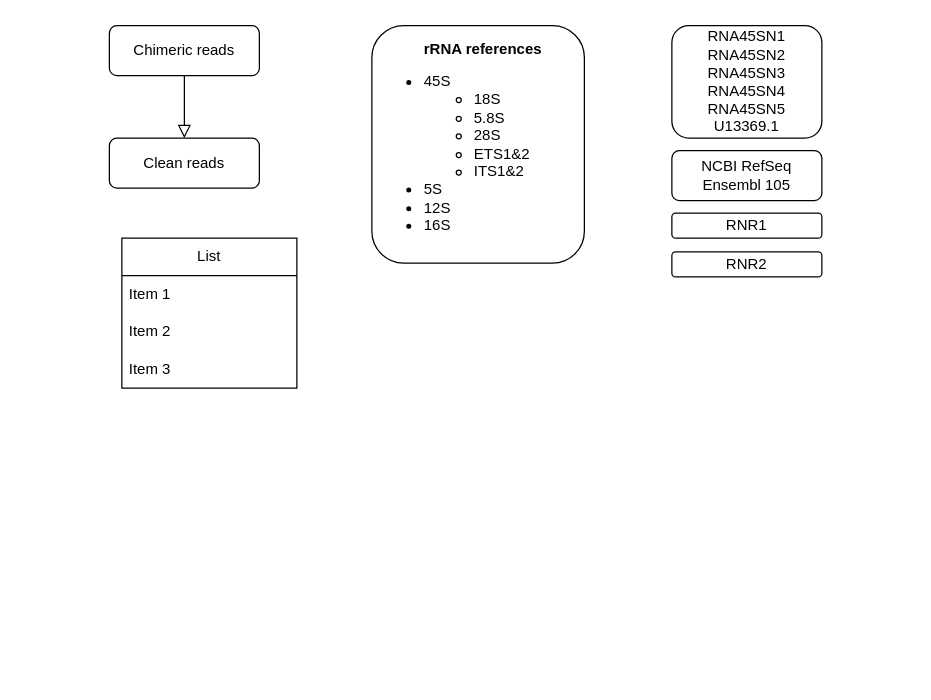
LingyuGuan/tarDB keeps this draw.io diagram as Untitled Diagram.drawio. Above is the earlier version. Source tidied: cells renumbered, new cells numbered last; positions are measured from the earlier drawing's top-left corner, leaving out a move shared by most shapes. Both pictures are drawn from the tidied source at 125%, with x=0, y=0 at pixel (109, 25).
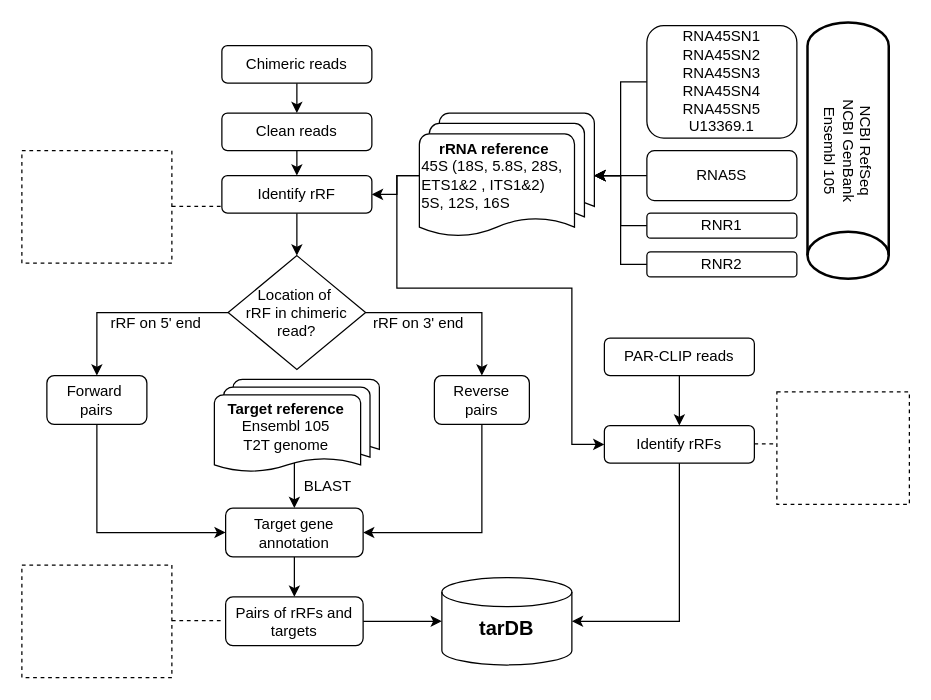
Above is the later version.

Diff of the diagram source:
```diff
@@
-    <mxCell id="2" style="rounded=0;html=1;jettySize=auto;fontSize=11;endArrow=block;endFill=0;endSize=8;strokeWidth=1;shadow=0;labelBackgroundColor=none;edgeStyle=orthogonalEdgeStyle;" parent="1" edge="1" source="3">
-      <mxGeometry relative="1" as="geometry">
-        <mxPoint x="60" y="90" as="targetPoint" />
-      </mxGeometry>
-    </mxCell>
+    <mxCell id="14" style="edgeStyle=orthogonalEdgeStyle;rounded=0;jettySize=auto;html=1;exitX=0.5;exitY=1;exitDx=0;exitDy=0;" parent="1" edge="1" source="3" target="4">
+      <mxGeometry relative="1" as="geometry" />
+    </mxCell>
     <mxCell id="3" value="Chimeric reads" style="rounded=1;whiteSpace=wrap;html=1;fontSize=12;glass=0;strokeWidth=1;shadow=0;" parent="1" vertex="1">
-      <mxGeometry width="120" height="40" as="geometry" />
+      <mxGeometry x="90" y="16" width="120" height="30" as="geometry" />
     </mxCell>
+    <mxCell id="15" style="edgeStyle=orthogonalEdgeStyle;rounded=0;jettySize=auto;html=1;exitX=0.5;exitY=1;exitDx=0;exitDy=0;entryX=0.5;entryY=0;entryDx=0;entryDy=0;" parent="1" edge="1" source="4" target="24">
+      <mxGeometry relative="1" as="geometry" />
+    </mxCell>
     <mxCell id="4" value="Clean reads" style="rounded=1;whiteSpace=wrap;html=1;fontSize=12;glass=0;strokeWidth=1;shadow=0;" parent="1" vertex="1">
-      <mxGeometry y="90" width="120" height="40" as="geometry" />
+      <mxGeometry x="90" y="70" width="120" height="30" as="geometry" />
     </mxCell>
+    <mxCell id="16" style="edgeStyle=orthogonalEdgeStyle;rounded=0;jettySize=auto;html=1;exitX=0;exitY=0.5;exitDx=0;exitDy=0;entryX=1;entryY=0.5;entryDx=0;entryDy=0;" parent="1" edge="1" source="5" target="9">
+      <mxGeometry relative="1" as="geometry" />
+    </mxCell>
     <mxCell id="5" value="RNA45SN1&lt;br&gt;&lt;div&gt;RNA45SN2&lt;br&gt;&lt;/div&gt;&lt;div&gt;RNA45SN3&lt;br&gt;&lt;/div&gt;&lt;div&gt;RNA45SN4&lt;br&gt;&lt;/div&gt;&lt;div&gt;RNA45SN5&lt;br&gt;&lt;/div&gt;&lt;div&gt;U13369.1&lt;/div&gt;" style="rounded=1;whiteSpace=wrap;html=1;" parent="1" vertex="1">
-      <mxGeometry x="450" width="120" height="90" as="geometry" />
+      <mxGeometry x="430" width="120" height="90" as="geometry" />
     </mxCell>
-    <mxCell id="6" value="NCBI RefSeq&lt;div&gt;Ensembl 105&lt;/div&gt;" style="rounded=1;whiteSpace=wrap;html=1;" parent="1" vertex="1">
-      <mxGeometry x="450" y="100" width="120" height="40" as="geometry" />
-    </mxCell>
+    <mxCell id="17" style="edgeStyle=orthogonalEdgeStyle;rounded=0;jettySize=auto;html=1;exitX=0;exitY=0.5;exitDx=0;exitDy=0;entryX=1;entryY=0.5;entryDx=0;entryDy=0;" parent="1" edge="1" source="7" target="9">
+      <mxGeometry relative="1" as="geometry" />
+    </mxCell>
     <mxCell id="7" value="RNR1" style="rounded=1;whiteSpace=wrap;html=1;" parent="1" vertex="1">
-      <mxGeometry x="450" y="150" width="120" height="20" as="geometry" />
+      <mxGeometry x="430" y="150" width="120" height="20" as="geometry" />
     </mxCell>
+    <mxCell id="18" style="edgeStyle=orthogonalEdgeStyle;rounded=0;jettySize=auto;html=1;exitX=0;exitY=0.5;exitDx=0;exitDy=0;entryX=1;entryY=0.5;entryDx=0;entryDy=0;" parent="1" edge="1" source="8" target="9">
+      <mxGeometry relative="1" as="geometry" />
+    </mxCell>
     <mxCell id="8" value="RNR2" style="rounded=1;whiteSpace=wrap;html=1;" parent="1" vertex="1">
-      <mxGeometry x="450" y="181" width="120" height="20" as="geometry" />
+      <mxGeometry x="430" y="181" width="120" height="20" as="geometry" />
     </mxCell>
+    <mxCell id="19" style="edgeStyle=orthogonalEdgeStyle;rounded=0;jettySize=auto;html=1;exitX=0;exitY=0.5;exitDx=0;exitDy=0;exitPerimeter=0;entryX=1;entryY=0.5;entryDx=0;entryDy=0;" parent="1" edge="1" source="9" target="24">
+      <mxGeometry relative="1" as="geometry">
+        <Array as="points">
+          <mxPoint x="230" y="120" />
+          <mxPoint x="230" y="135" />
+        </Array>
+      </mxGeometry>
+    </mxCell>
+    <mxCell id="20" style="edgeStyle=orthogonalEdgeStyle;rounded=0;jettySize=auto;html=1;exitX=0;exitY=0.5;exitDx=0;exitDy=0;exitPerimeter=0;entryX=0;entryY=0.5;entryDx=0;entryDy=0;" parent="1" edge="1" source="9" target="43">
+      <mxGeometry relative="1" as="geometry">
+        <Array as="points">
+          <mxPoint x="230" y="120" />
+          <mxPoint x="230" y="210" />
+          <mxPoint x="370" y="210" />
+          <mxPoint x="370" y="335" />
+        </Array>
+      </mxGeometry>
+    </mxCell>
-    <mxCell id="9" value="&lt;blockquote style=&quot;margin: 0 0 0 40px; border: none; padding: 0px;&quot;&gt;&lt;div style=&quot;text-align: center;&quot;&gt;&lt;b&gt;rRNA references&lt;/b&gt;&lt;br&gt;&lt;/div&gt;&lt;/blockquote&gt;&lt;div&gt;&lt;ul&gt;&lt;li&gt;45S&lt;br&gt;&lt;/li&gt;&lt;ul&gt;&lt;li&gt;18S&lt;/li&gt;&lt;li&gt;5.8S&lt;/li&gt;&lt;li&gt;28S&lt;/li&gt;&lt;li&gt;ETS1&amp;amp;2&lt;/li&gt;&lt;li&gt;ITS1&amp;amp;2&lt;/li&gt;&lt;/ul&gt;&lt;li&gt;5S&lt;br&gt;&lt;/li&gt;&lt;li&gt;12S&lt;br&gt;&lt;/li&gt;&lt;li&gt;16S&lt;br&gt;&lt;/li&gt;&lt;/ul&gt;&lt;/div&gt;" style="rounded=1;whiteSpace=wrap;html=1;align=left;" parent="1" vertex="1">
-      <mxGeometry x="210" width="170" height="190" as="geometry" />
+    <mxCell id="9" value="&lt;div style=&quot;text-align: center;&quot;&gt;&lt;b&gt;rRNA reference&lt;/b&gt;&lt;/div&gt;45S (18S,&amp;nbsp;5.8S,&amp;nbsp;28S,&amp;nbsp;&lt;div&gt;ETS1&amp;amp;2 , ITS1&amp;amp;2)&lt;br&gt;5S,&amp;nbsp;12S,&amp;nbsp;16S&lt;/div&gt;" style="strokeWidth=1;html=1;shape=mxgraph.flowchart.multi-document;whiteSpace=wrap;align=left;" parent="1" vertex="1">
+      <mxGeometry x="248" y="70" width="140" height="100" as="geometry" />
     </mxCell>
-    <mxCell id="10" value="List" style="swimlane;fontStyle=0;horizontal=1;startSize=30;whiteSpace=wrap;html=1;" parent="1" vertex="1">
-      <mxGeometry x="10" y="170" width="140" height="120" as="geometry" />
-    </mxCell>
-    <mxCell id="11" value="Item 1" style="text;strokeColor=none;fillColor=none;align=left;verticalAlign=middle;spacingLeft=4;spacingRight=4;overflow=hidden;whiteSpace=wrap;html=1;" parent="10" vertex="1">
-      <mxGeometry y="30" width="140" height="30" as="geometry" />
-    </mxCell>
-    <mxCell id="12" value="Item 2" style="text;strokeColor=none;fillColor=none;align=left;verticalAlign=middle;spacingLeft=4;spacingRight=4;overflow=hidden;whiteSpace=wrap;html=1;" parent="10" vertex="1">
-      <mxGeometry y="60" width="140" height="30" as="geometry" />
-    </mxCell>
-    <mxCell id="13" value="Item 3" style="text;strokeColor=none;fillColor=none;align=left;verticalAlign=middle;spacingLeft=4;spacingRight=4;overflow=hidden;whiteSpace=wrap;html=1;" parent="10" vertex="1">
-      <mxGeometry y="90" width="140" height="30" as="geometry" />
-    </mxCell>
+    <mxCell id="21" style="edgeStyle=orthogonalEdgeStyle;rounded=0;jettySize=auto;html=1;exitX=0;exitY=0.5;exitDx=0;exitDy=0;entryX=1;entryY=0.5;entryDx=0;entryDy=0;" parent="1" edge="1" source="22" target="9">
+      <mxGeometry relative="1" as="geometry" />
+    </mxCell>
+    <mxCell id="22" value="RNA5S" style="rounded=1;whiteSpace=wrap;html=1;" parent="1" vertex="1">
+      <mxGeometry x="430" y="100" width="120" height="40" as="geometry" />
+    </mxCell>
+    <mxCell id="23" style="edgeStyle=orthogonalEdgeStyle;rounded=0;jettySize=auto;html=1;exitX=0.5;exitY=1;exitDx=0;exitDy=0;" parent="1" edge="1" source="24" target="27">
+      <mxGeometry relative="1" as="geometry" />
+    </mxCell>
+    <mxCell id="24" value="Identify rRF" style="rounded=1;whiteSpace=wrap;html=1;fontSize=12;glass=0;strokeWidth=1;shadow=0;" parent="1" vertex="1">
+      <mxGeometry x="90" y="120" width="120" height="30" as="geometry" />
+    </mxCell>
+    <mxCell id="25" style="edgeStyle=orthogonalEdgeStyle;rounded=0;jettySize=auto;html=1;exitX=1;exitY=0.5;exitDx=0;exitDy=0;entryX=0.5;entryY=0;entryDx=0;entryDy=0;" parent="1" edge="1" source="27" target="29">
+      <mxGeometry relative="1" as="geometry" />
+    </mxCell>
+    <mxCell id="26" style="edgeStyle=orthogonalEdgeStyle;rounded=0;jettySize=auto;html=1;exitX=0;exitY=0.5;exitDx=0;exitDy=0;entryX=0.5;entryY=0;entryDx=0;entryDy=0;" parent="1" edge="1" source="27" target="31">
+      <mxGeometry relative="1" as="geometry" />
+    </mxCell>
+    <mxCell id="27" value="Location of&amp;nbsp;&lt;div&gt;rRF in chimeric read?&lt;/div&gt;" style="rhombus;whiteSpace=wrap;html=1;" parent="1" vertex="1">
+      <mxGeometry x="95" y="184" width="110" height="91" as="geometry" />
+    </mxCell>
+    <mxCell id="28" style="edgeStyle=orthogonalEdgeStyle;rounded=0;jettySize=auto;html=1;exitX=0.5;exitY=1;exitDx=0;exitDy=0;entryX=1;entryY=0.5;entryDx=0;entryDy=0;" parent="1" edge="1" source="29" target="38">
+      <mxGeometry relative="1" as="geometry" />
+    </mxCell>
+    <mxCell id="29" value="Reverse&lt;div&gt;pairs&lt;br&gt;&lt;/div&gt;" style="rounded=1;whiteSpace=wrap;html=1;" parent="1" vertex="1">
+      <mxGeometry x="260" y="280" width="76" height="39" as="geometry" />
+    </mxCell>
+    <mxCell id="30" style="edgeStyle=orthogonalEdgeStyle;rounded=0;jettySize=auto;html=1;exitX=0.5;exitY=1;exitDx=0;exitDy=0;entryX=0;entryY=0.5;entryDx=0;entryDy=0;" parent="1" edge="1" source="31" target="38">
+      <mxGeometry relative="1" as="geometry" />
+    </mxCell>
+    <mxCell id="31" value="Forward&amp;nbsp;&lt;div&gt;pairs&lt;/div&gt;" style="rounded=1;whiteSpace=wrap;html=1;" parent="1" vertex="1">
+      <mxGeometry x="-50" y="280" width="80" height="39" as="geometry" />
+    </mxCell>
+    <mxCell id="32" value="NCBI RefSeq&lt;div&gt;NCBI GenBank&lt;/div&gt;&lt;div&gt;Ensembl 105&lt;/div&gt;" style="strokeWidth=2;html=1;shape=mxgraph.flowchart.direct_data;whiteSpace=wrap;rotation=90;horizontal=1;" parent="1" vertex="1">
+      <mxGeometry x="488.5" y="67.5" width="205" height="65" as="geometry" />
+    </mxCell>
+    <mxCell id="33" style="endArrow=none;dashed=1;html=1;rounded=0;" parent="1" edge="1">
+      <mxGeometry relative="1" as="geometry">
+        <mxPoint x="50" y="144.5" as="sourcePoint" />
+        <mxPoint x="90" y="144.5" as="targetPoint" />
+      </mxGeometry>
+    </mxCell>
+    <mxCell id="34" style="rounded=0;whiteSpace=wrap;html=1;dashed=1;" parent="1" vertex="1">
+      <mxGeometry x="-70" y="100" width="120" height="90" as="geometry" />
+    </mxCell>
+    <mxCell id="35" style="edgeStyle=orthogonalEdgeStyle;rounded=0;jettySize=auto;html=1;exitX=0.5;exitY=0.88;exitDx=0;exitDy=0;exitPerimeter=0;entryX=0.5;entryY=0;entryDx=0;entryDy=0;" parent="1" edge="1" source="36" target="38">
+      <mxGeometry relative="1" as="geometry" />
+    </mxCell>
+    <mxCell id="36" value="&lt;div style=&quot;&quot;&gt;&lt;div style=&quot;&quot;&gt;&lt;b&gt;Target reference&lt;/b&gt;&lt;/div&gt;&lt;div&gt;Ensembl 105&lt;/div&gt;&lt;div&gt;T2T genome&lt;/div&gt;&lt;/div&gt;" style="strokeWidth=1;html=1;shape=mxgraph.flowchart.multi-document;whiteSpace=wrap;align=center;textDirection=ltr;spacing=0;spacingLeft=-17;" parent="1" vertex="1">
+      <mxGeometry x="84" y="283" width="132" height="75" as="geometry" />
+    </mxCell>
+    <mxCell id="37" style="edgeStyle=orthogonalEdgeStyle;rounded=0;jettySize=auto;html=1;" parent="1" edge="1" source="38" target="46">
+      <mxGeometry relative="1" as="geometry" />
+    </mxCell>
+    <mxCell id="38" value="Target gene annotation" style="rounded=1;whiteSpace=wrap;html=1;" parent="1" vertex="1">
+      <mxGeometry x="93" y="386" width="110" height="39" as="geometry" />
+    </mxCell>
+    <mxCell id="39" value="rRF on 5' end" style="text;html=1;align=center;verticalAlign=middle;whiteSpace=wrap;rounded=0;" parent="1" vertex="1">
+      <mxGeometry x="-5" y="223" width="85" height="30" as="geometry" />
+    </mxCell>
+    <mxCell id="40" value="BLAST" style="text;html=1;align=left;verticalAlign=middle;whiteSpace=wrap;rounded=0;" parent="1" vertex="1">
+      <mxGeometry x="154" y="354" width="46" height="30" as="geometry" />
+    </mxCell>
+    <mxCell id="41" style="edgeStyle=orthogonalEdgeStyle;rounded=0;jettySize=auto;html=1;exitX=0.5;exitY=1;exitDx=0;exitDy=0;entryX=0.5;entryY=0;entryDx=0;entryDy=0;" parent="1" edge="1" source="42" target="43">
+      <mxGeometry relative="1" as="geometry" />
+    </mxCell>
+    <mxCell id="42" value="PAR-CLIP reads" style="rounded=1;whiteSpace=wrap;html=1;fontSize=12;glass=0;strokeWidth=1;shadow=0;" parent="1" vertex="1">
+      <mxGeometry x="396" y="250" width="120" height="30" as="geometry" />
+    </mxCell>
+    <mxCell id="43" value="Identify rRFs" style="rounded=1;whiteSpace=wrap;html=1;fontSize=12;glass=0;strokeWidth=1;shadow=0;" parent="1" vertex="1">
+      <mxGeometry x="396" y="320" width="120" height="30" as="geometry" />
+    </mxCell>
+    <mxCell id="44" value="&lt;b&gt;&lt;font style=&quot;font-size: 16px;&quot;&gt;tarDB&lt;/font&gt;&lt;/b&gt;" style="strokeWidth=1;html=1;shape=mxgraph.flowchart.database;whiteSpace=wrap;spacing=0;spacingTop=10;" parent="1" vertex="1">
+      <mxGeometry x="266" y="441.5" width="104" height="70" as="geometry" />
+    </mxCell>
+    <mxCell id="45" style="edgeStyle=orthogonalEdgeStyle;rounded=0;jettySize=auto;html=1;" parent="1" edge="1" source="46" target="44">
+      <mxGeometry relative="1" as="geometry" />
+    </mxCell>
+    <mxCell id="46" value="Pairs of rRFs and targets" style="rounded=1;whiteSpace=wrap;html=1;" parent="1" vertex="1">
+      <mxGeometry x="93" y="457" width="110" height="39" as="geometry" />
+    </mxCell>
+    <mxCell id="47" style="endArrow=none;dashed=1;html=1;rounded=0;" parent="1" edge="1">
+      <mxGeometry relative="1" as="geometry">
+        <mxPoint x="516" y="334.5" as="sourcePoint" />
+        <mxPoint x="556" y="334.5" as="targetPoint" />
+      </mxGeometry>
+    </mxCell>
+    <mxCell id="48" style="rounded=0;whiteSpace=wrap;html=1;dashed=1;" parent="1" vertex="1">
+      <mxGeometry x="534" y="293" width="106" height="90" as="geometry" />
+    </mxCell>
+    <mxCell id="49" style="edgeStyle=orthogonalEdgeStyle;rounded=0;jettySize=auto;html=1;entryX=1;entryY=0.5;entryDx=0;entryDy=0;entryPerimeter=0;exitX=0.5;exitY=1;exitDx=0;exitDy=0;" parent="1" edge="1" source="43" target="44">
+      <mxGeometry relative="1" as="geometry" />
+    </mxCell>
+    <mxCell id="50" value="rRF on 3' end" style="text;html=1;align=center;verticalAlign=middle;whiteSpace=wrap;rounded=0;" parent="1" vertex="1">
+      <mxGeometry x="205" y="223" width="85" height="30" as="geometry" />
+    </mxCell>
+    <mxCell id="51" style="endArrow=none;dashed=1;html=1;rounded=0;" parent="1" edge="1">
+      <mxGeometry relative="1" as="geometry">
+        <mxPoint x="50" y="476" as="sourcePoint" />
+        <mxPoint x="90" y="476" as="targetPoint" />
+      </mxGeometry>
+    </mxCell>
+    <mxCell id="52" style="rounded=0;whiteSpace=wrap;html=1;dashed=1;" parent="1" vertex="1">
+      <mxGeometry x="-70" y="431.5" width="120" height="90" as="geometry" />
+    </mxCell>
```
